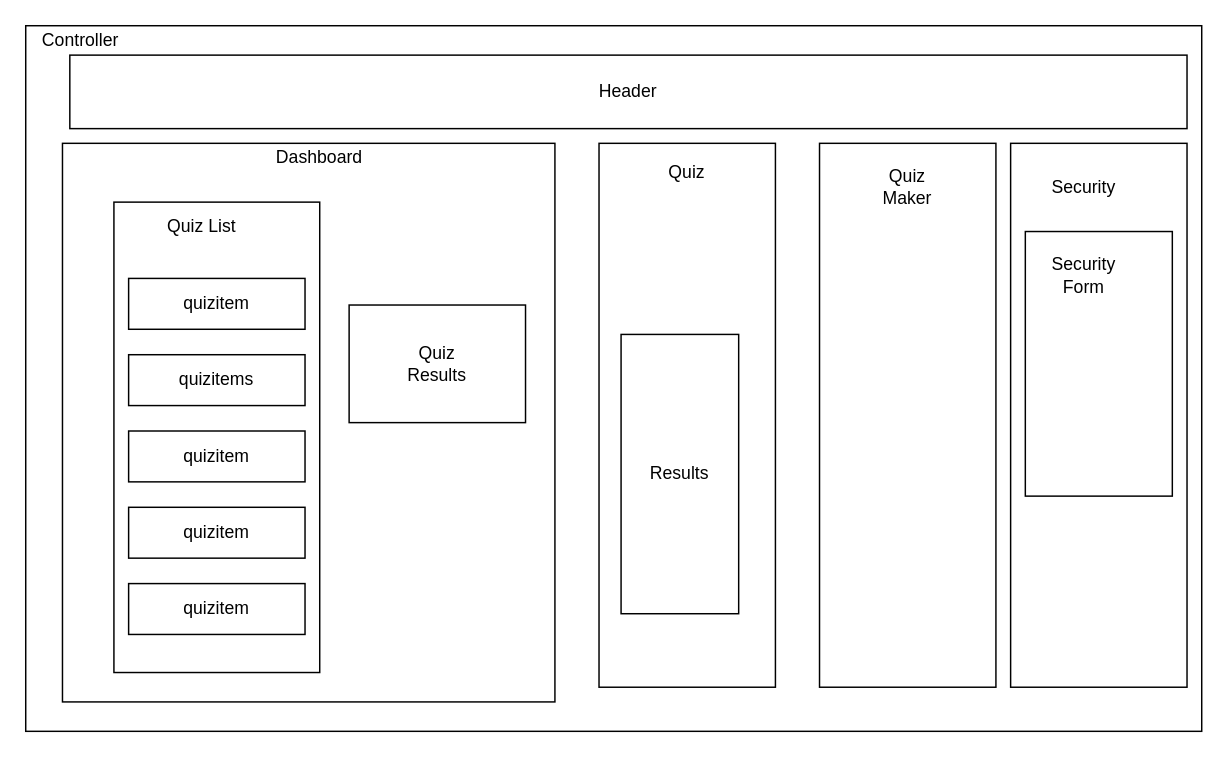
Earlier version of the draw.io diagram Untitled Diagram.drawio (OkilyDokily/firestore-quiz-maker). Source tidied: cells renumbered, new cells numbered last; positions are measured from the earlier drawing's top-left corner, leaving out a move shared by most shapes. Both pictures are drawn from the tidied source at 147%, with x=0, y=0 at pixel (25, 25).
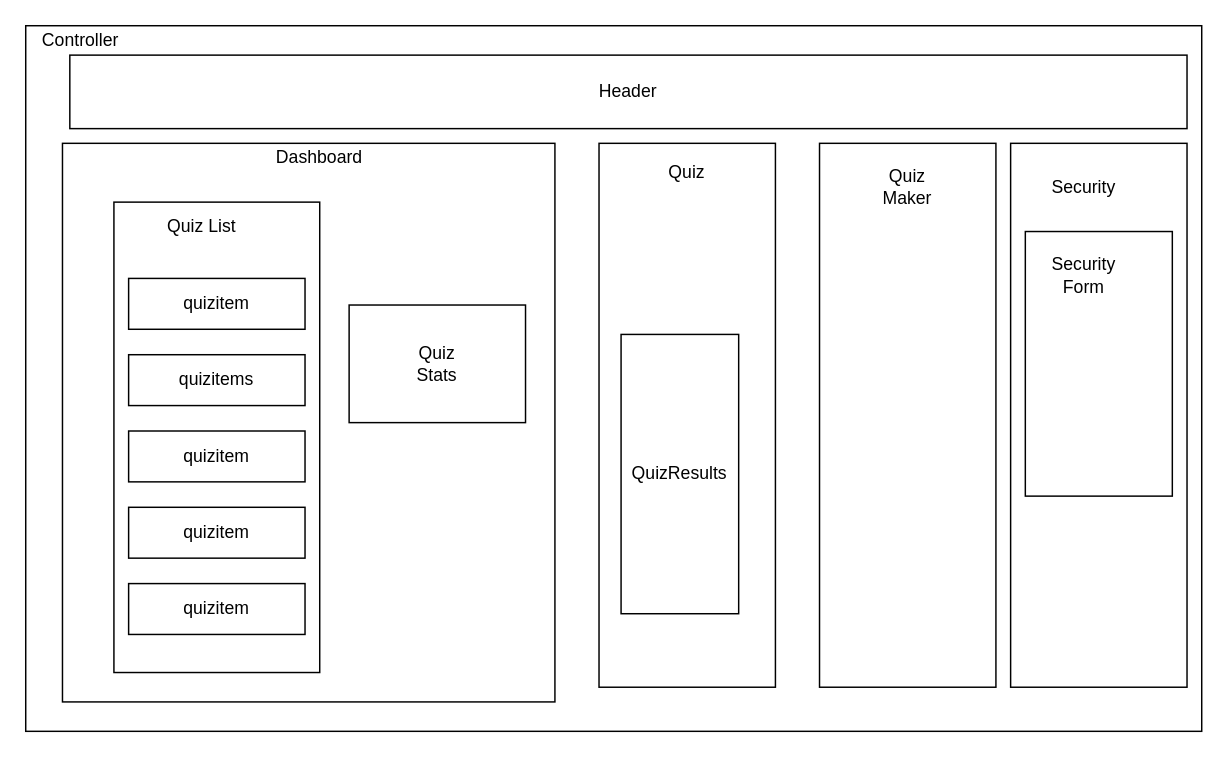
The same diagram, later.

Diff of the diagram source:
```diff
@@
-    <mxCell id="7" value="Results" style="rounded=0;whiteSpace=wrap;html=1;" parent="1" vertex="1">
+    <mxCell id="7" value="QuizResults" style="rounded=0;whiteSpace=wrap;html=1;" parent="1" vertex="1">
       <mxGeometry x="405" y="210" width="80" height="190" as="geometry" />
     </mxCell>
@@
-    <mxCell id="20" value="Quiz Results" style="text;html=1;strokeColor=none;fillColor=none;align=center;verticalAlign=middle;whiteSpace=wrap;rounded=0;" parent="1" vertex="1">
+    <mxCell id="20" value="Quiz Stats" style="text;html=1;strokeColor=none;fillColor=none;align=center;verticalAlign=middle;whiteSpace=wrap;rounded=0;" parent="1" vertex="1">
       <mxGeometry x="255" y="215" width="50" height="30" as="geometry" />
     </mxCell>
```
